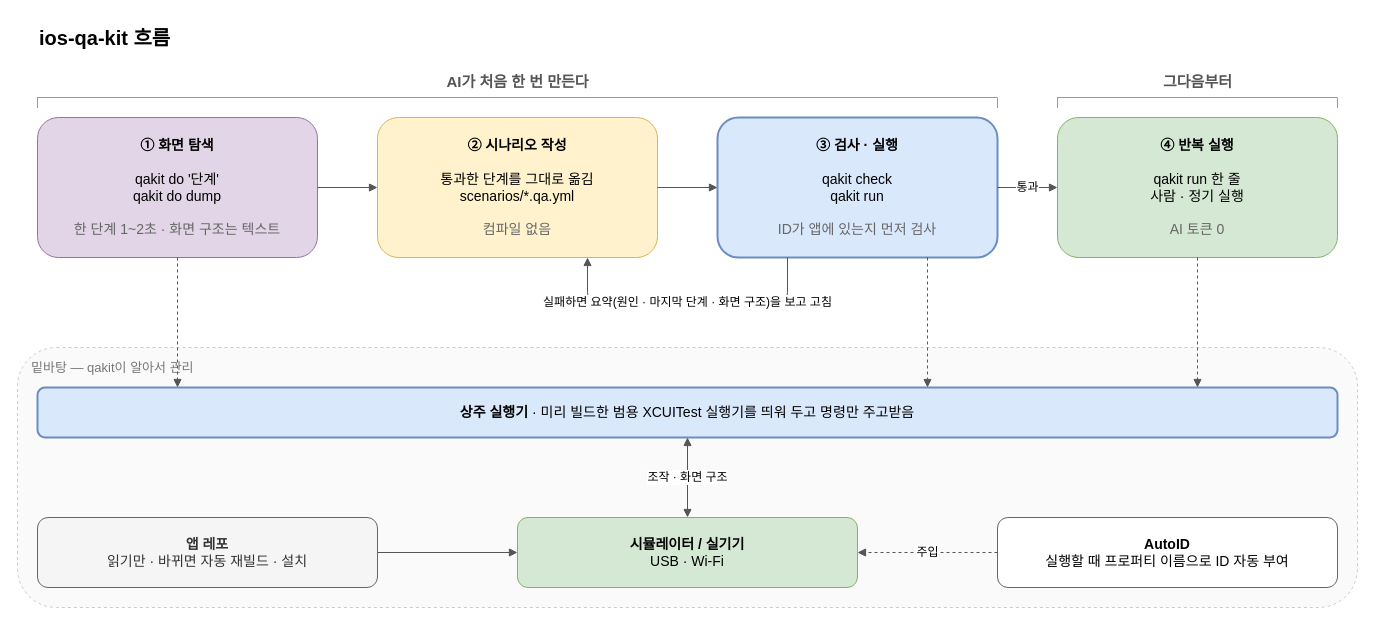
Earlier version of the draw.io diagram docs/images/architecture-qakit-flow.drawio (indextrown/ios-qa-kit). Source tidied: cells renumbered, new cells numbered last; positions are measured from the earlier drawing's top-left corner, leaving out a move shared by most shapes. Both pictures are drawn from the tidied source at 100%, with x=0, y=0 at pixel (17, 17).
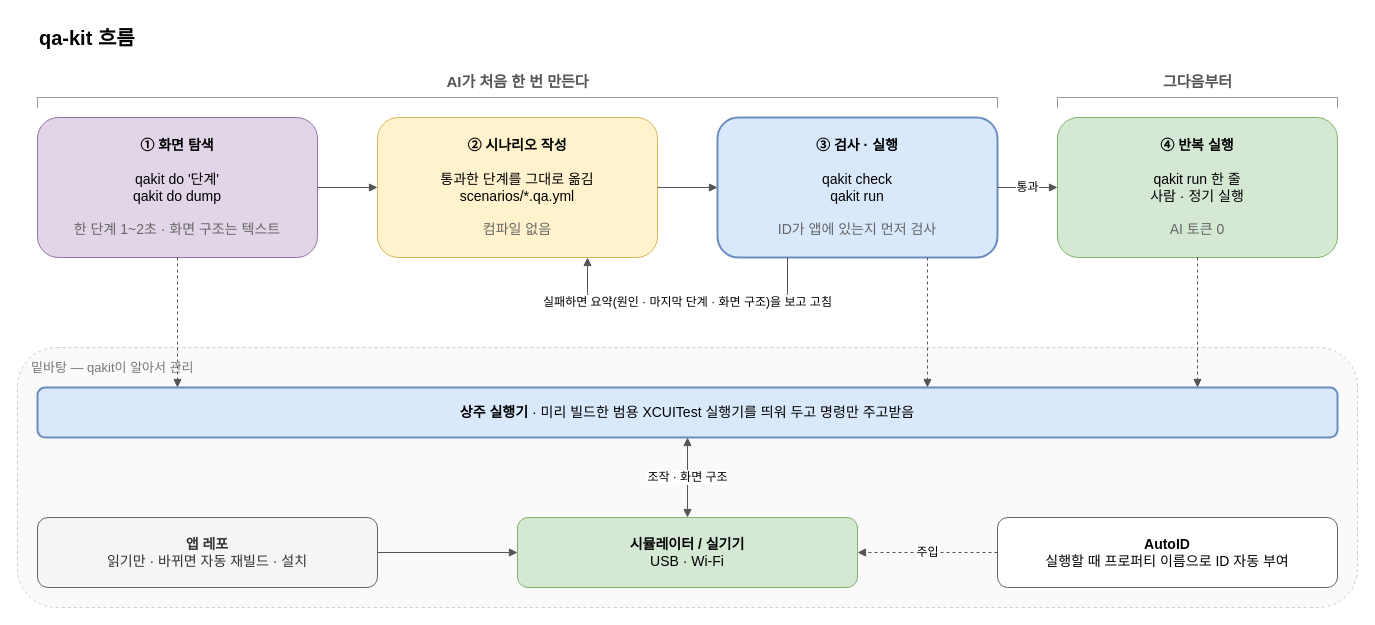
After the change.

Diff of the diagram source:
```diff
@@
-    <mxCell id="2" value="ios-qa-kit 흐름" style="text;html=1;align=left;verticalAlign=middle;fontStyle=1;fontSize=20;fontFamily=Apple SD Gothic Neo;" parent="1" vertex="1">
+    <mxCell id="2" value="qa-kit 흐름" style="text;html=1;align=left;verticalAlign=middle;fontStyle=1;fontSize=20;fontFamily=Apple SD Gothic Neo;" parent="1" vertex="1">
       <mxGeometry x="20" width="400" height="40" as="geometry" />
     </mxCell>
```
